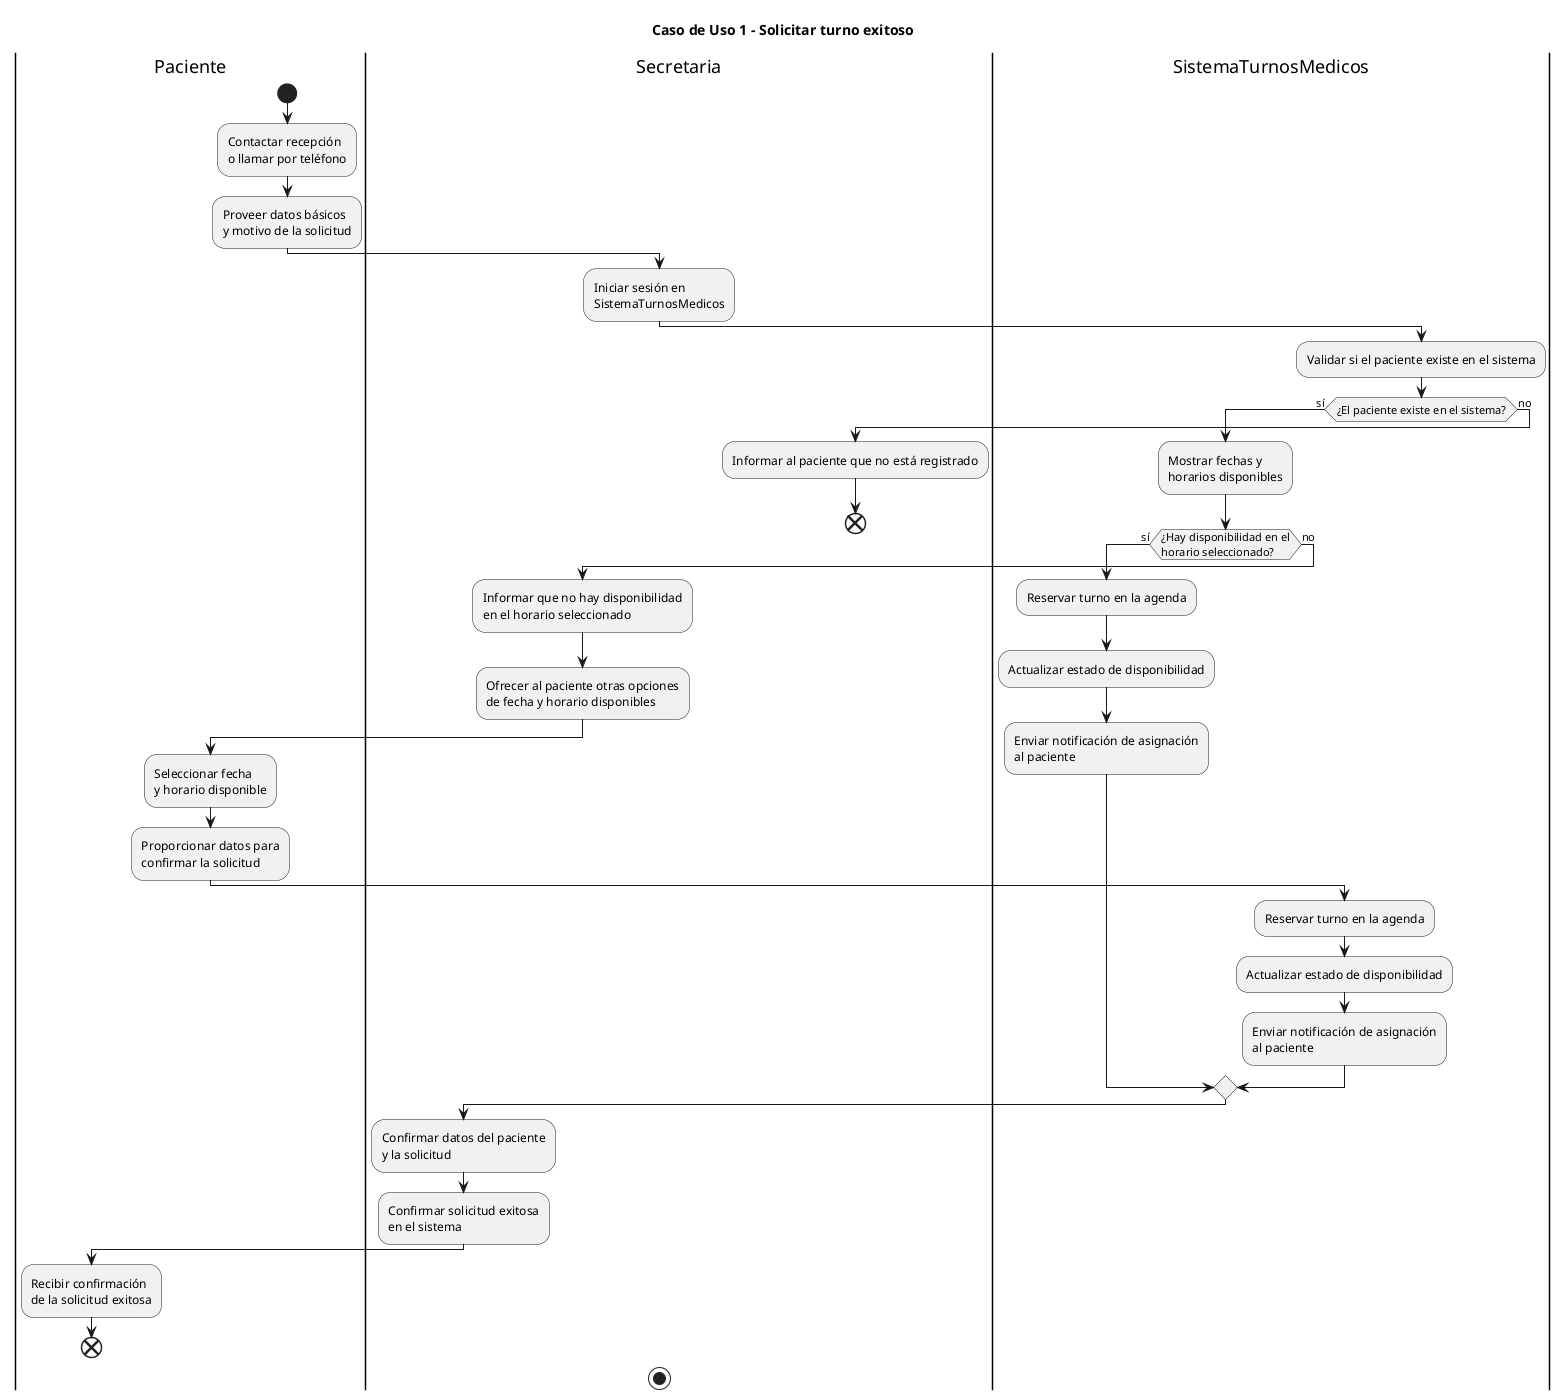
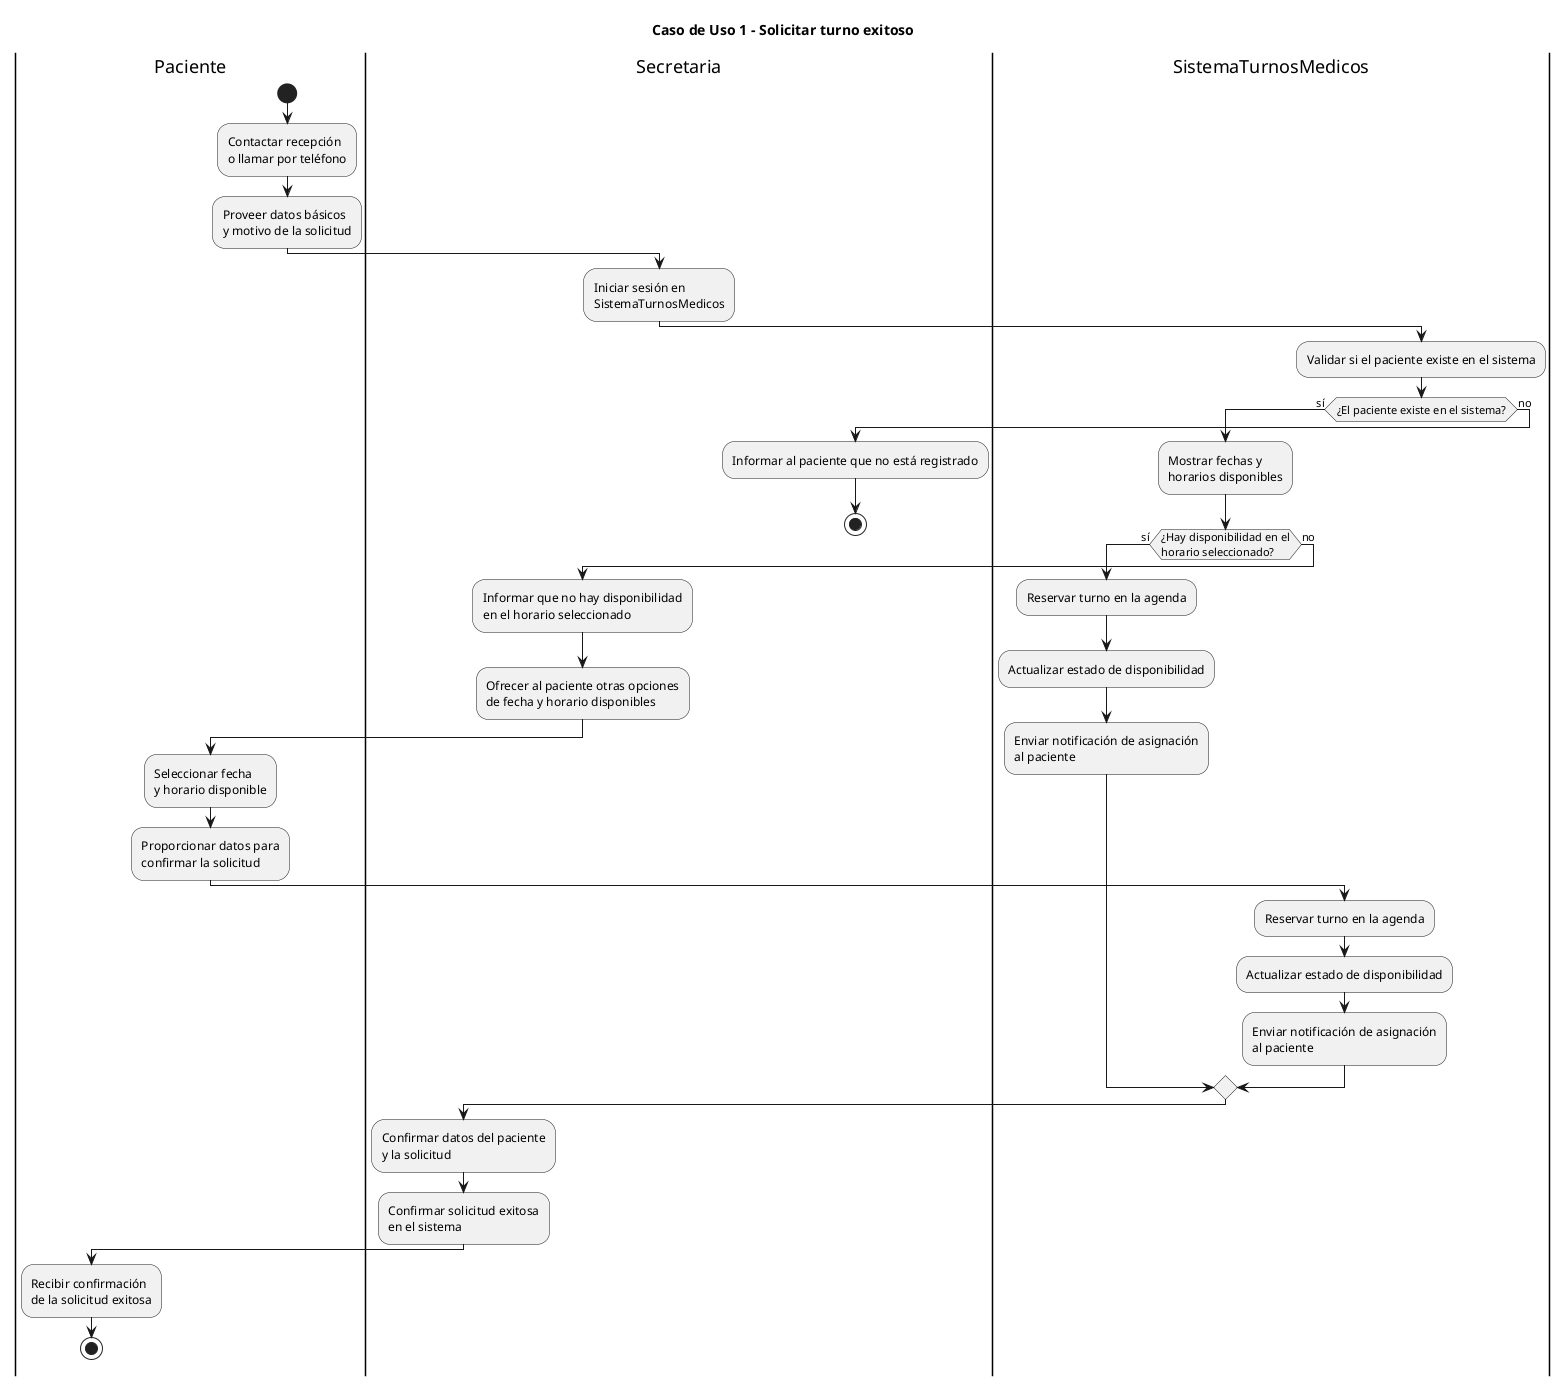
@startuml
title Caso de Uso 1 - Solicitar turno exitoso

|Paciente|
start
:Contactar recepción\no llamar por teléfono;
:Proveer datos básicos\ny motivo de la solicitud;

|Secretaria|
:Iniciar sesión en\nSistemaTurnosMedicos;

|SistemaTurnosMedicos|
:Validar si el paciente existe en el sistema;

if (¿El paciente existe en el sistema?) then (sí)

  :Mostrar fechas y\nhorarios disponibles;

  if (¿Hay disponibilidad en el\nhorario seleccionado?) then (sí)

    :Reservar turno en la agenda;
    :Actualizar estado de disponibilidad;
    :Enviar notificación de asignación\nal paciente;

  else (no)

    |Secretaria|
    :Informar que no hay disponibilidad\nen el horario seleccionado;
    :Ofrecer al paciente otras opciones\nde fecha y horario disponibles;

    |Paciente|
    :Seleccionar fecha\ny horario disponible;
    :Proporcionar datos para\nconfirmar la solicitud;

    |SistemaTurnosMedicos|
    :Reservar turno en la agenda;
    :Actualizar estado de disponibilidad;
    :Enviar notificación de asignación\nal paciente;

  endif

  |Secretaria|
  :Confirmar datos del paciente\ny la solicitud;
  :Confirmar solicitud exitosa\nen el sistema;

  |Paciente|
  :Recibir confirmación\nde la solicitud exitosa;

-   END
+   stop

else (no)

  |Secretaria|
  :Informar al paciente que no está registrado;

-   END
+   stop

endif

- stop
- 
@enduml